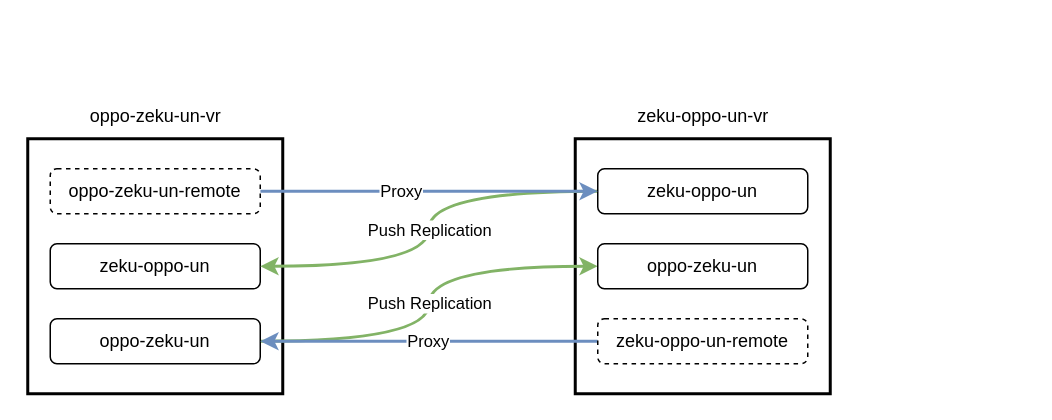
Before: federate.drawio in PanC123/project-examples, a draw.io diagram. Source tidied: cells renumbered, new cells numbered last; positions are measured from the earlier drawing's top-left corner, leaving out a move shared by most shapes. Both pictures are drawn from the tidied source at 150%, with x=0, y=0 at pixel (27, 93).
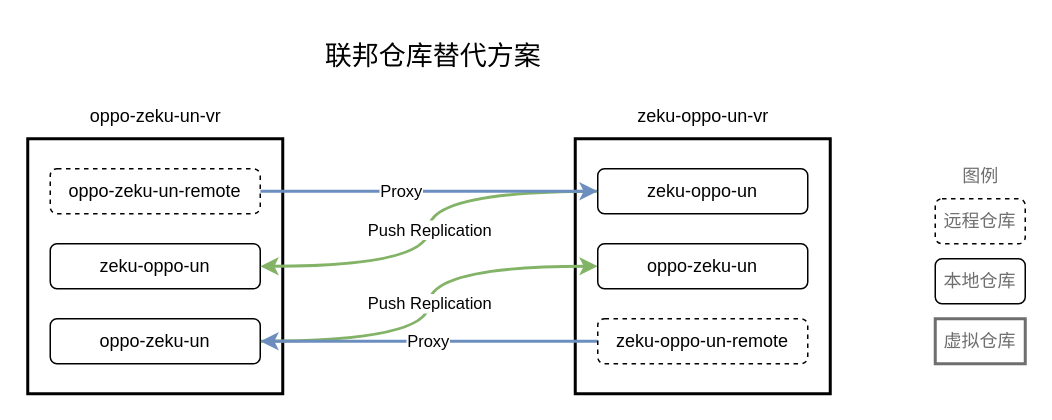
Above is the later version.

Change to the diagram source:
```diff
@@
+    <mxCell id="17" value="联邦仓库替代方案" style="text;html=1;align=center;verticalAlign=middle;strokeColor=none;fillColor=none;fontSize=18;" parent="1" vertex="1">
+      <mxGeometry x="185" y="-45" width="170" height="40" as="geometry" />
+    </mxCell>
+    <mxCell id="18" value="图例" style="text;html=1;align=center;verticalAlign=middle;strokeColor=none;fillColor=none;fontSize=12;fontColor=#6E6E6E;" parent="1" vertex="1">
+      <mxGeometry x="610" y="40" width="50" height="30" as="geometry" />
+    </mxCell>
+    <mxCell id="19" value="远程仓库" style="rounded=1;whiteSpace=wrap;html=1;dashed=1;fontColor=#6E6E6E;" parent="1" vertex="1">
+      <mxGeometry x="605" y="70" width="60" height="30" as="geometry" />
+    </mxCell>
+    <mxCell id="20" value="本地仓库" style="rounded=1;whiteSpace=wrap;html=1;fontColor=#6E6E6E;" parent="1" vertex="1">
+      <mxGeometry x="605" y="110" width="60" height="30" as="geometry" />
+    </mxCell>
+    <mxCell id="21" value="虚拟仓库" style="rounded=0;whiteSpace=wrap;html=1;strokeWidth=2;fontSize=12;fontColor=#6E6E6E;strokeColor=#6E6E6E;" parent="1" vertex="1">
+      <mxGeometry x="605" y="150" width="60" height="30" as="geometry" />
+    </mxCell>
```
